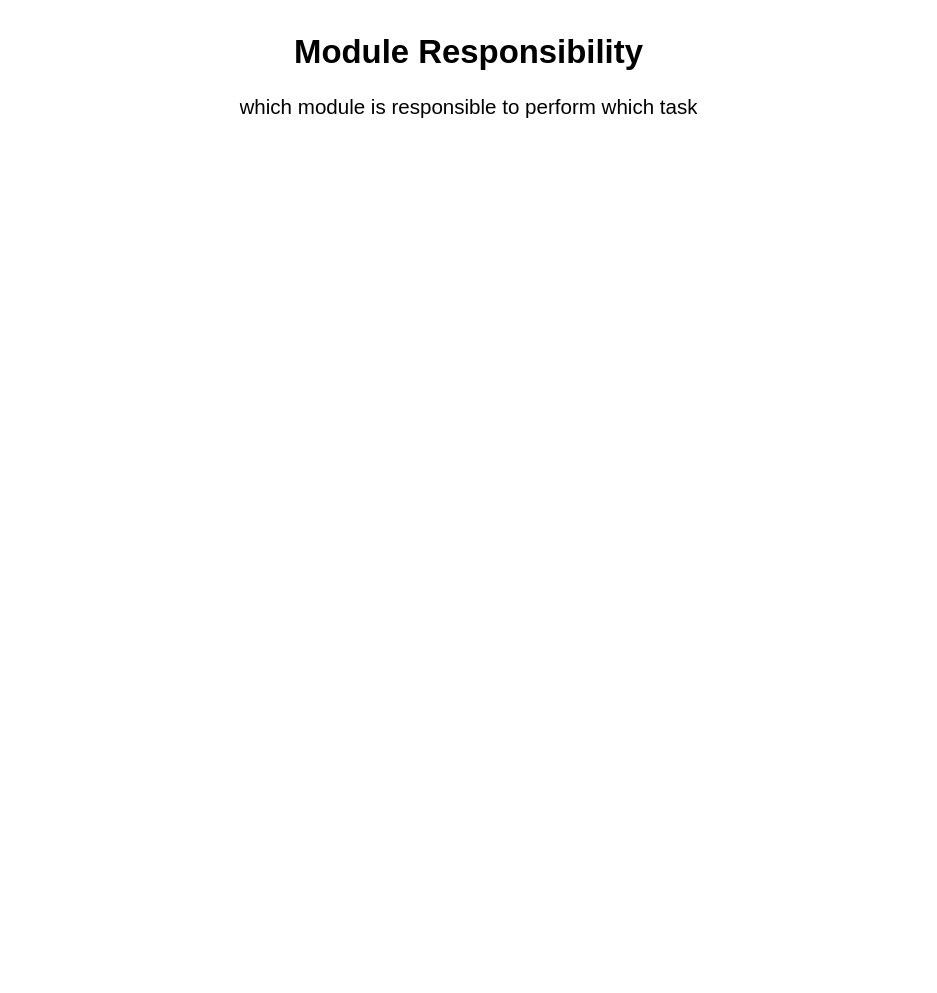
brajogopal/HEXBOOT_F0 keeps this draw.io diagram as page "04 - Module Responsibility" (4 of 9) of docs/Architecture.drawio. Above is the earlier version. Source tidied: cells renumbered, new cells numbered last; positions are measured from the earlier drawing's top-left corner, leaving out a move shared by most shapes. Both pictures are drawn from the tidied source at 137%, with x=0, y=0 at pixel (23, 23).
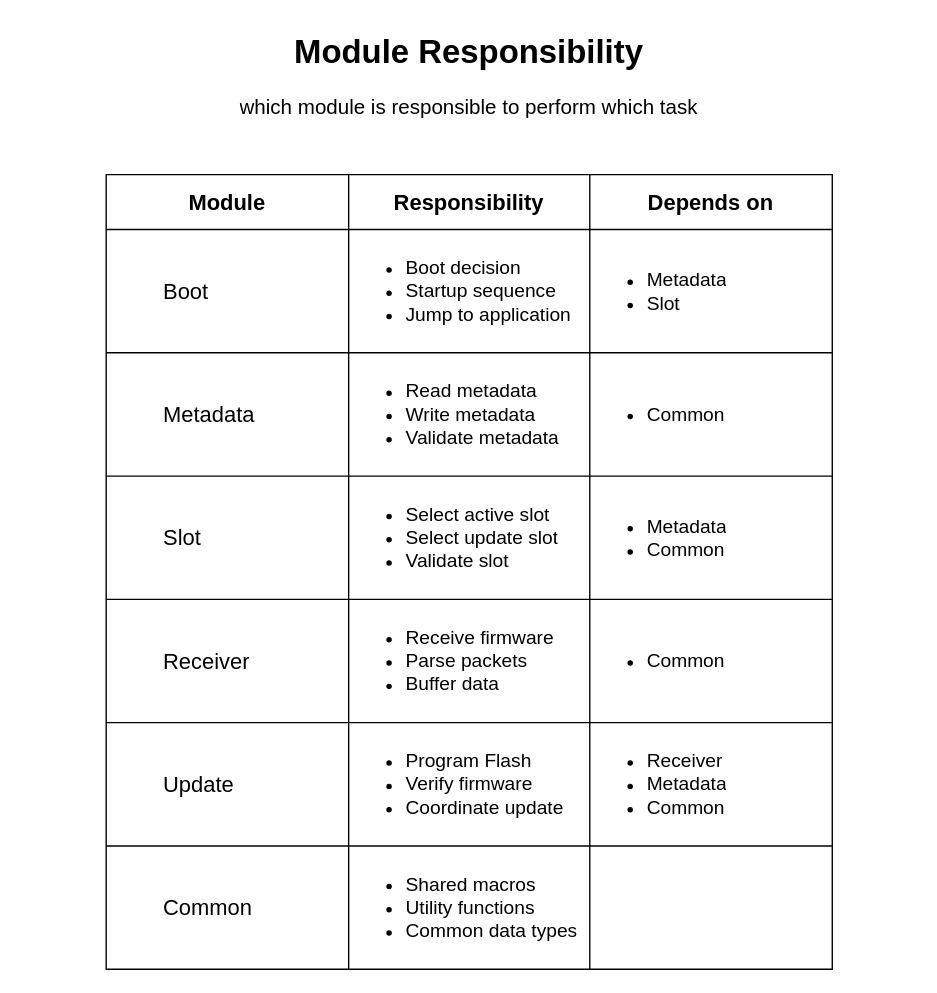
After the change.

Change to the diagram source:
```diff
@@
+    <mxCell id="3" style="shape=table;startSize=0;childLayout=tableLayout;fixedHeader=1;" parent="1" vertex="1">
+      <mxGeometry x="60" y="110" width="530" height="580" as="geometry" />
+    </mxCell>
+    <mxCell id="4" style="shape=tableRow;horizontal=0;startSize=0;swimlaneHead=0;swimlaneBody=0;strokeColor=inherit;top=0;left=0;bottom=0;right=0;fillColor=none;fixedHeader=1;" parent="3" vertex="1">
+      <mxGeometry width="530" height="40" as="geometry" />
+    </mxCell>
+    <mxCell id="5" value="&lt;font style=&quot;font-size: 16px;&quot;&gt;&lt;b style=&quot;&quot;&gt;Module&lt;/b&gt;&lt;/font&gt;" style="shape=partialRectangle;html=1;whiteSpace=wrap;strokeColor=inherit;overflow=hidden;fillColor=none;top=0;left=0;bottom=0;right=0;" parent="4" vertex="1">
+      <mxGeometry width="177" height="40" as="geometry" />
+    </mxCell>
+    <mxCell id="6" value="&lt;font style=&quot;font-size: 16px;&quot;&gt;&lt;b style=&quot;&quot;&gt;Responsibility&lt;/b&gt;&lt;/font&gt;" style="shape=partialRectangle;html=1;whiteSpace=wrap;strokeColor=inherit;overflow=hidden;fillColor=none;top=0;left=0;bottom=0;right=0;" parent="4" vertex="1">
+      <mxGeometry x="177" width="176" height="40" as="geometry" />
+    </mxCell>
+    <mxCell id="7" value="&lt;font style=&quot;font-size: 16px;&quot;&gt;&lt;b style=&quot;&quot;&gt;Depends on&lt;/b&gt;&lt;/font&gt;" style="shape=partialRectangle;html=1;whiteSpace=wrap;strokeColor=inherit;overflow=hidden;fillColor=none;top=0;left=0;bottom=0;right=0;" parent="4" vertex="1">
+      <mxGeometry x="353" width="177" height="40" as="geometry" />
+    </mxCell>
+    <mxCell id="8" style="shape=tableRow;horizontal=0;startSize=0;swimlaneHead=0;swimlaneBody=0;strokeColor=inherit;top=0;left=0;bottom=0;right=0;fillColor=none;fixedHeader=1;" parent="3" vertex="1">
+      <mxGeometry y="40" width="530" height="90" as="geometry" />
+    </mxCell>
+    <mxCell id="9" value="&lt;blockquote style=&quot;margin: 0px 0px 0px 40px; border-width: medium; border-style: none; border-color: currentcolor; border-image: none; padding: 0px;&quot;&gt;&lt;font style=&quot;font-size: 16px;&quot;&gt;Boot&lt;/font&gt;&lt;/blockquote&gt;" style="shape=partialRectangle;html=1;whiteSpace=wrap;strokeColor=inherit;overflow=hidden;fillColor=none;top=0;left=0;bottom=0;right=0;align=left;" parent="8" vertex="1">
+      <mxGeometry width="177" height="90" as="geometry" />
+    </mxCell>
+    <mxCell id="10" value="&lt;ul&gt;&lt;li&gt;&lt;font style=&quot;font-size: 14px;&quot;&gt;Boot decision&lt;/font&gt;&lt;/li&gt;&lt;li&gt;&lt;font style=&quot;font-size: 14px;&quot;&gt;Startup sequence&lt;/font&gt;&lt;/li&gt;&lt;li&gt;&lt;font style=&quot;font-size: 14px;&quot;&gt;Jump to application&lt;/font&gt;&lt;/li&gt;&lt;/ul&gt;" style="shape=partialRectangle;html=1;whiteSpace=wrap;strokeColor=inherit;overflow=hidden;fillColor=none;top=0;left=0;bottom=0;right=0;align=left;" parent="8" vertex="1">
+      <mxGeometry x="177" width="176" height="90" as="geometry" />
+    </mxCell>
+    <mxCell id="11" value="&lt;ul&gt;&lt;li&gt;&lt;font style=&quot;font-size: 14px;&quot;&gt;Metadata&lt;/font&gt;&lt;/li&gt;&lt;li&gt;&lt;font style=&quot;font-size: 14px;&quot;&gt;Slot&lt;/font&gt;&lt;/li&gt;&lt;/ul&gt;" style="shape=partialRectangle;html=1;whiteSpace=wrap;strokeColor=inherit;overflow=hidden;fillColor=none;top=0;left=0;bottom=0;right=0;align=left;" parent="8" vertex="1">
+      <mxGeometry x="353" width="177" height="90" as="geometry" />
+    </mxCell>
+    <mxCell id="12" style="shape=tableRow;horizontal=0;startSize=0;swimlaneHead=0;swimlaneBody=0;strokeColor=inherit;top=0;left=0;bottom=0;right=0;fillColor=none;fixedHeader=1;" parent="3" vertex="1">
+      <mxGeometry y="130" width="530" height="90" as="geometry" />
+    </mxCell>
+    <mxCell id="13" value="&lt;blockquote style=&quot;margin: 0px 0px 0px 40px; border-width: medium; border-style: none; border-color: currentcolor; border-image: none; padding: 0px;&quot;&gt;&lt;font style=&quot;font-size: 16px;&quot;&gt;Metadata&lt;/font&gt;&lt;/blockquote&gt;" style="shape=partialRectangle;html=1;whiteSpace=wrap;strokeColor=inherit;overflow=hidden;fillColor=none;top=0;left=0;bottom=0;right=0;align=left;" parent="12" vertex="1">
+      <mxGeometry width="177" height="90" as="geometry" />
+    </mxCell>
+    <mxCell id="14" value="&lt;ul&gt;&lt;li&gt;&lt;font style=&quot;font-size: 14px;&quot;&gt;Read metadata&lt;/font&gt;&lt;/li&gt;&lt;li&gt;&lt;font style=&quot;font-size: 14px;&quot;&gt;Write metadata&lt;/font&gt;&lt;/li&gt;&lt;li&gt;&lt;font style=&quot;font-size: 14px;&quot;&gt;Validate metadata&lt;/font&gt;&lt;/li&gt;&lt;/ul&gt;" style="shape=partialRectangle;html=1;whiteSpace=wrap;strokeColor=inherit;overflow=hidden;fillColor=none;top=0;left=0;bottom=0;right=0;align=left;" parent="12" vertex="1">
+      <mxGeometry x="177" width="176" height="90" as="geometry" />
+    </mxCell>
+    <mxCell id="15" value="&lt;ul&gt;&lt;li&gt;&lt;font style=&quot;font-size: 14px;&quot;&gt;Common&lt;/font&gt;&lt;/li&gt;&lt;/ul&gt;" style="shape=partialRectangle;html=1;whiteSpace=wrap;strokeColor=inherit;overflow=hidden;fillColor=none;top=0;left=0;bottom=0;right=0;align=left;" parent="12" vertex="1">
+      <mxGeometry x="353" width="177" height="90" as="geometry" />
+    </mxCell>
+    <mxCell id="16" style="shape=tableRow;horizontal=0;startSize=0;swimlaneHead=0;swimlaneBody=0;strokeColor=inherit;top=0;left=0;bottom=0;right=0;fillColor=none;fixedHeader=1;" parent="3" vertex="1">
+      <mxGeometry y="220" width="530" height="90" as="geometry" />
+    </mxCell>
+    <mxCell id="17" value="&lt;blockquote style=&quot;margin: 0px 0px 0px 40px; border-width: medium; border-style: none; border-color: currentcolor; border-image: none; padding: 0px;&quot;&gt;&lt;font style=&quot;font-size: 16px;&quot;&gt;Slot&lt;/font&gt;&lt;/blockquote&gt;" style="shape=partialRectangle;html=1;whiteSpace=wrap;strokeColor=inherit;overflow=hidden;fillColor=none;top=0;left=0;bottom=0;right=0;align=left;" parent="16" vertex="1">
+      <mxGeometry width="177" height="90" as="geometry" />
+    </mxCell>
+    <mxCell id="18" value="&lt;ul&gt;&lt;li&gt;&lt;font style=&quot;font-size: 14px;&quot;&gt;Select active slot&lt;/font&gt;&lt;/li&gt;&lt;li&gt;&lt;font style=&quot;font-size: 14px;&quot;&gt;Select update slot&lt;/font&gt;&lt;/li&gt;&lt;li&gt;&lt;font style=&quot;font-size: 14px;&quot;&gt;Validate slot&lt;/font&gt;&lt;/li&gt;&lt;/ul&gt;" style="shape=partialRectangle;html=1;whiteSpace=wrap;strokeColor=inherit;overflow=hidden;fillColor=none;top=0;left=0;bottom=0;right=0;align=left;" parent="16" vertex="1">
+      <mxGeometry x="177" width="176" height="90" as="geometry" />
+    </mxCell>
+    <mxCell id="19" value="&lt;ul&gt;&lt;li&gt;&lt;font style=&quot;font-size: 14px;&quot;&gt;Metadata&lt;/font&gt;&lt;/li&gt;&lt;li&gt;&lt;font style=&quot;font-size: 14px;&quot;&gt;Common&lt;/font&gt;&lt;/li&gt;&lt;/ul&gt;" style="shape=partialRectangle;html=1;whiteSpace=wrap;strokeColor=inherit;overflow=hidden;fillColor=none;top=0;left=0;bottom=0;right=0;align=left;" parent="16" vertex="1">
+      <mxGeometry x="353" width="177" height="90" as="geometry" />
+    </mxCell>
+    <mxCell id="20" style="shape=tableRow;horizontal=0;startSize=0;swimlaneHead=0;swimlaneBody=0;strokeColor=inherit;top=0;left=0;bottom=0;right=0;fillColor=none;fixedHeader=1;" parent="3" vertex="1">
+      <mxGeometry y="310" width="530" height="90" as="geometry" />
+    </mxCell>
+    <mxCell id="21" value="&lt;blockquote style=&quot;margin: 0px 0px 0px 40px; border-width: medium; border-style: none; border-color: currentcolor; border-image: none; padding: 0px;&quot;&gt;&lt;font style=&quot;font-size: 16px;&quot;&gt;Receiver&lt;/font&gt;&lt;/blockquote&gt;" style="shape=partialRectangle;html=1;whiteSpace=wrap;strokeColor=inherit;overflow=hidden;fillColor=none;top=0;left=0;bottom=0;right=0;align=left;" parent="20" vertex="1">
+      <mxGeometry width="177" height="90" as="geometry" />
+    </mxCell>
+    <mxCell id="22" value="&lt;ul&gt;&lt;li&gt;&lt;font style=&quot;font-size: 14px;&quot;&gt;Receive firmware&lt;/font&gt;&lt;/li&gt;&lt;li&gt;&lt;font style=&quot;font-size: 14px;&quot;&gt;Parse packets&lt;/font&gt;&lt;/li&gt;&lt;li&gt;&lt;font style=&quot;font-size: 14px;&quot;&gt;Buffer data&lt;/font&gt;&lt;/li&gt;&lt;/ul&gt;" style="shape=partialRectangle;html=1;whiteSpace=wrap;strokeColor=inherit;overflow=hidden;fillColor=none;top=0;left=0;bottom=0;right=0;align=left;" parent="20" vertex="1">
+      <mxGeometry x="177" width="176" height="90" as="geometry" />
+    </mxCell>
+    <mxCell id="23" value="&lt;ul&gt;&lt;li&gt;&lt;font style=&quot;font-size: 14px;&quot;&gt;Common&lt;/font&gt;&lt;/li&gt;&lt;/ul&gt;" style="shape=partialRectangle;html=1;whiteSpace=wrap;strokeColor=inherit;overflow=hidden;fillColor=none;top=0;left=0;bottom=0;right=0;align=left;" parent="20" vertex="1">
+      <mxGeometry x="353" width="177" height="90" as="geometry" />
+    </mxCell>
+    <mxCell id="24" style="shape=tableRow;horizontal=0;startSize=0;swimlaneHead=0;swimlaneBody=0;strokeColor=inherit;top=0;left=0;bottom=0;right=0;fillColor=none;fixedHeader=1;" parent="3" vertex="1">
+      <mxGeometry y="400" width="530" height="90" as="geometry" />
+    </mxCell>
+    <mxCell id="25" value="&lt;blockquote style=&quot;margin: 0 0 0 40px; border: none; padding: 0px;&quot;&gt;&lt;font style=&quot;font-size: 16px;&quot;&gt;Update&lt;/font&gt;&lt;/blockquote&gt;" style="shape=partialRectangle;html=1;whiteSpace=wrap;strokeColor=inherit;overflow=hidden;fillColor=none;top=0;left=0;bottom=0;right=0;align=left;" parent="24" vertex="1">
+      <mxGeometry width="177" height="90" as="geometry" />
+    </mxCell>
+    <mxCell id="26" value="&lt;ul&gt;&lt;li&gt;&lt;font style=&quot;font-size: 14px;&quot;&gt;Program Flash&lt;/font&gt;&lt;/li&gt;&lt;li&gt;&lt;font style=&quot;font-size: 14px;&quot;&gt;Verify firmware&lt;/font&gt;&lt;/li&gt;&lt;li&gt;&lt;font style=&quot;font-size: 14px;&quot;&gt;Coordinate update&lt;/font&gt;&lt;/li&gt;&lt;/ul&gt;" style="shape=partialRectangle;html=1;whiteSpace=wrap;strokeColor=inherit;overflow=hidden;fillColor=none;top=0;left=0;bottom=0;right=0;align=left;" parent="24" vertex="1">
+      <mxGeometry x="177" width="176" height="90" as="geometry" />
+    </mxCell>
+    <mxCell id="27" value="&lt;ul&gt;&lt;li&gt;&lt;font style=&quot;font-size: 14px;&quot;&gt;Receiver&lt;/font&gt;&lt;/li&gt;&lt;li&gt;&lt;font style=&quot;font-size: 14px;&quot;&gt;Metadata&lt;/font&gt;&lt;/li&gt;&lt;li&gt;&lt;font style=&quot;font-size: 14px;&quot;&gt;Common&lt;/font&gt;&lt;/li&gt;&lt;/ul&gt;" style="shape=partialRectangle;html=1;whiteSpace=wrap;strokeColor=inherit;overflow=hidden;fillColor=none;top=0;left=0;bottom=0;right=0;align=left;" parent="24" vertex="1">
+      <mxGeometry x="353" width="177" height="90" as="geometry" />
+    </mxCell>
+    <mxCell id="28" style="shape=tableRow;horizontal=0;startSize=0;swimlaneHead=0;swimlaneBody=0;strokeColor=inherit;top=0;left=0;bottom=0;right=0;fillColor=none;fixedHeader=1;" parent="3" vertex="1">
+      <mxGeometry y="490" width="530" height="90" as="geometry" />
+    </mxCell>
+    <mxCell id="29" value="&lt;blockquote style=&quot;margin: 0 0 0 40px; border: none; padding: 0px;&quot;&gt;&lt;font style=&quot;font-size: 16px;&quot;&gt;Common&lt;/font&gt;&lt;/blockquote&gt;" style="shape=partialRectangle;html=1;whiteSpace=wrap;strokeColor=inherit;overflow=hidden;fillColor=none;top=0;left=0;bottom=0;right=0;align=left;" parent="28" vertex="1">
+      <mxGeometry width="177" height="90" as="geometry" />
+    </mxCell>
+    <mxCell id="30" value="&lt;ul&gt;&lt;li&gt;&lt;font style=&quot;font-size: 14px;&quot;&gt;Shared macros&lt;/font&gt;&lt;/li&gt;&lt;li&gt;&lt;font style=&quot;font-size: 14px;&quot;&gt;Utility functions&lt;/font&gt;&lt;/li&gt;&lt;li&gt;&lt;font style=&quot;font-size: 14px;&quot;&gt;Common data types&lt;/font&gt;&lt;/li&gt;&lt;/ul&gt;" style="shape=partialRectangle;html=1;whiteSpace=wrap;strokeColor=inherit;overflow=hidden;fillColor=none;top=0;left=0;bottom=0;right=0;align=left;" parent="28" vertex="1">
+      <mxGeometry x="177" width="176" height="90" as="geometry" />
+    </mxCell>
+    <mxCell id="31" style="shape=partialRectangle;html=1;whiteSpace=wrap;strokeColor=inherit;overflow=hidden;fillColor=none;top=0;left=0;bottom=0;right=0;" parent="28" vertex="1">
+      <mxGeometry x="353" width="177" height="90" as="geometry" />
+    </mxCell>
```
